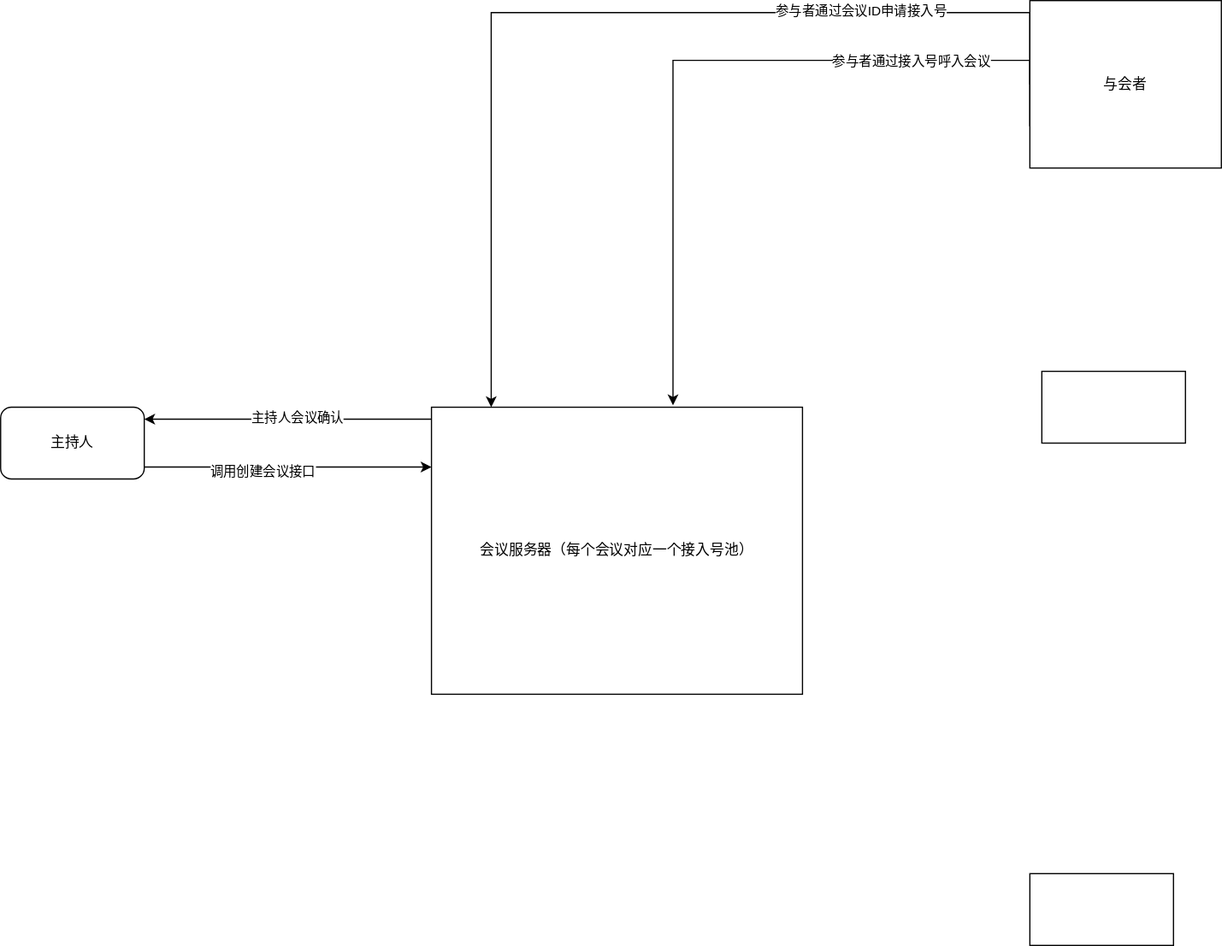
Above: Untitled Diagram.drawio.svg in westice007/test0 (draw.io), before the change. Source tidied: cells renumbered, new cells last; positions are measured from the earlier drawing's top-left corner, leaving out a move shared by most shapes.
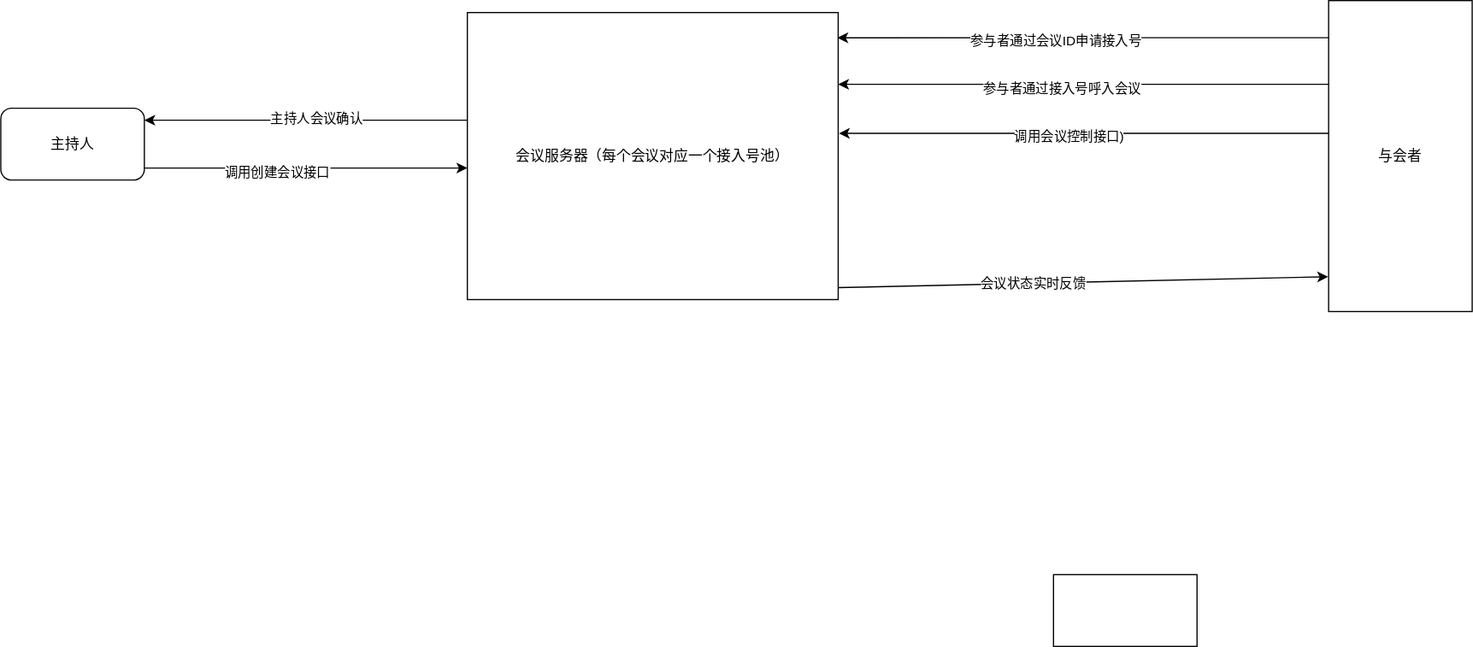
After the commit.

The edit, as a diff of the source:
```diff
@@ -14,7 +14,7 @@
       <mxGeometry x="-0.19" y="-3" relative="1" as="geometry" />
     </mxCell>
     <mxCell id="4" value="主持人" style="rounded=1;whiteSpace=wrap;html=1;" parent="1" vertex="1">
-      <mxGeometry y="340" width="120" height="60" as="geometry" />
+      <mxGeometry x="-20" y="340" width="120" height="60" as="geometry" />
     </mxCell>
     <mxCell id="5" style="edgeStyle=orthogonalEdgeStyle;rounded=0;jettySize=auto;html=1;" parent="1" edge="1" source="7" target="4">
       <mxGeometry relative="1" as="geometry">
@@ -28,38 +28,59 @@
       <mxGeometry x="-0.06" y="-2" relative="1" as="geometry" />
     </mxCell>
     <mxCell id="7" value="会议服务器（每个会议对应一个接入号池）" style="rounded=0;whiteSpace=wrap;html=1;" parent="1" vertex="1">
-      <mxGeometry x="360" y="340" width="310" height="240" as="geometry" />
+      <mxGeometry x="370" y="260" width="310" height="240" as="geometry" />
     </mxCell>
-    <mxCell id="8" style="edgeStyle=orthogonalEdgeStyle;rounded=0;jettySize=auto;html=1;exitX=0;exitY=0.5;exitDx=0;exitDy=0;entryX=0.161;entryY=0;entryDx=0;entryDy=0;entryPerimeter=0;" parent="1" edge="1" source="12" target="7">
-      <mxGeometry relative="1" as="geometry">
-        <Array as="points">
-          <mxPoint x="860" y="10" />
-          <mxPoint x="410" y="10" />
-        </Array>
-      </mxGeometry>
-    </mxCell>
+    <mxCell id="15" style="edgeStyle=orthogonalEdgeStyle;rounded=0;jettySize=auto;html=1;entryX=0.998;entryY=0.088;entryDx=0;entryDy=0;entryPerimeter=0;" parent="1" edge="1" source="13" target="7">
+      <mxGeometry relative="1" as="geometry">
+        <Array as="points">
+          <mxPoint x="990" y="281" />
+          <mxPoint x="990" y="281" />
+        </Array>
+      </mxGeometry>
+    </mxCell>
+    <mxCell id="16" value="&lt;span style=&quot;color: rgba(0, 0, 0, 0); font-family: monospace; font-size: 0px; text-align: start; background-color: rgb(248, 249, 250);&quot;&gt;%3CmxGraphModel%3E%3Croot%3E%3CmxCell%20id%3D%220%22%2F%3E%3CmxCell%20id%3D%221%22%20parent%3D%220%22%2F%3E%3CmxCell%20id%3D%222%22%20value%3D%22%E5%8F%82%E4%B8%8E%E8%80%85%E9%80%9A%E8%BF%87%E4%BC%9A%E8%AE%AEID%E7%94%B3%E8%AF%B7%E6%8E%A5%E5%85%A5%E5%8F%B7%22%20style%3D%22edgeLabel%3Bhtml%3D1%3Balign%3Dcenter%3BverticalAlign%3Dmiddle%3Bresizable%3D0%3Bpoints%3D%5B%5D%3B%22%20vertex%3D%221%22%20connectable%3D%220%22%20parent%3D%221%22%3E%3CmxGeometry%20x%3D%22837%22%20y%3D%22408%22%20as%3D%22geometry%22%2F%3E%3C%2FmxCell%3E%3C%2Froot%3E%3C%2FmxGraphModel%3E&lt;/span&gt;" style="edgeLabel;html=1;align=center;verticalAlign=middle;" parent="15" vertex="1">
+      <mxGeometry x="0.1" y="4" relative="1" as="geometry">
+        <mxPoint x="-1" as="offset" />
+      </mxGeometry>
+    </mxCell>
-    <mxCell id="9" value="参与者通过会议ID申请接入号" style="edgeLabel;html=1;align=center;verticalAlign=middle;" parent="8" vertex="1">
-      <mxGeometry x="-0.52" y="-2" relative="1" as="geometry" />
+    <mxCell id="9" value="参与者通过会议ID申请接入号" style="edgeLabel;html=1;align=center;verticalAlign=middle;" parent="15" vertex="1">
+      <mxGeometry x="0.11" y="2" relative="1" as="geometry" />
     </mxCell>
-    <mxCell id="10" style="edgeStyle=orthogonalEdgeStyle;rounded=0;jettySize=auto;html=1;exitX=0;exitY=0.75;exitDx=0;exitDy=0;entryX=0.651;entryY=-0.007;entryDx=0;entryDy=0;entryPerimeter=0;" parent="1" edge="1" source="12" target="7">
-      <mxGeometry relative="1" as="geometry">
-        <Array as="points">
-          <mxPoint x="860" y="50" />
-          <mxPoint x="562" y="50" />
-        </Array>
-      </mxGeometry>
-    </mxCell>
+    <mxCell id="17" style="edgeStyle=orthogonalEdgeStyle;rounded=0;jettySize=auto;html=1;entryX=1;entryY=0.25;entryDx=0;entryDy=0;" parent="1" edge="1" source="13" target="7">
+      <mxGeometry relative="1" as="geometry">
+        <Array as="points">
+          <mxPoint x="990" y="320" />
+          <mxPoint x="990" y="320" />
+        </Array>
+      </mxGeometry>
+    </mxCell>
-    <mxCell id="11" value="参与者通过接入号呼入会议" style="edgeLabel;html=1;align=center;verticalAlign=middle;" parent="10" vertex="1">
-      <mxGeometry x="-0.52" relative="1" as="geometry" />
+    <mxCell id="11" value="参与者通过接入号呼入会议" style="edgeLabel;html=1;align=center;verticalAlign=middle;" parent="17" vertex="1">
+      <mxGeometry x="0.1" y="3" relative="1" as="geometry" />
     </mxCell>
-    <mxCell id="12" value="与会者" style="rounded=0;whiteSpace=wrap;html=1;" parent="1" vertex="1">
-      <mxGeometry x="860" width="160" height="140" as="geometry" />
-    </mxCell>
+    <mxCell id="18" style="edgeStyle=orthogonalEdgeStyle;rounded=0;jettySize=auto;html=1;entryX=1.002;entryY=0.421;entryDx=0;entryDy=0;entryPerimeter=0;" parent="1" edge="1" source="13" target="7">
+      <mxGeometry relative="1" as="geometry">
+        <Array as="points">
+          <mxPoint x="990" y="361" />
+          <mxPoint x="990" y="361" />
+        </Array>
+      </mxGeometry>
+    </mxCell>
+    <mxCell id="19" value="调用会议控制接口)" style="edgeLabel;html=1;align=center;verticalAlign=middle;" parent="18" vertex="1">
+      <mxGeometry x="0.06" y="2" relative="1" as="geometry" />
+    </mxCell>
-    <mxCell id="13" style="rounded=0;whiteSpace=wrap;html=1;" parent="1" vertex="1">
-      <mxGeometry x="870" y="310" width="120" height="60" as="geometry" />
+    <mxCell id="13" value="与会者" style="rounded=0;whiteSpace=wrap;html=1;" parent="1" vertex="1">
+      <mxGeometry x="1090" y="250" width="120" height="260" as="geometry" />
     </mxCell>
     <mxCell id="14" style="rounded=0;whiteSpace=wrap;html=1;" parent="1" vertex="1">
       <mxGeometry x="860" y="730" width="120" height="60" as="geometry" />
     </mxCell>
+    <mxCell id="20" style="endArrow=classic;html=1;rounded=0;entryX=-0.004;entryY=0.888;entryDx=0;entryDy=0;entryPerimeter=0;" parent="1" edge="1" target="13">
+      <mxGeometry relative="1" as="geometry">
+        <mxPoint x="680" y="490" as="sourcePoint" />
+      </mxGeometry>
+    </mxCell>
+    <mxCell id="21" value="会议状态实时反馈" style="edgeLabel;html=1;align=center;verticalAlign=middle;" parent="20" vertex="1">
+      <mxGeometry x="-0.21" relative="1" as="geometry" />
+    </mxCell>
   </root>
 </mxGraphModel>
```
